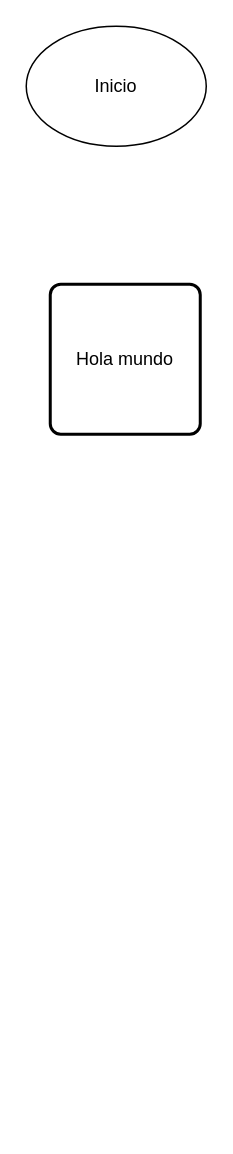
Earlier version of the draw.io diagram Primer Trabajo.drawio (Zapta123/Metodolog-a-de-la-programaci-n-). Source tidied: cells renumbered, new cells numbered last; positions are measured from the earlier drawing's top-left corner, leaving out a move shared by most shapes. Both pictures are drawn from the tidied source at 150%, with x=0, y=0 at pixel (26, 26).
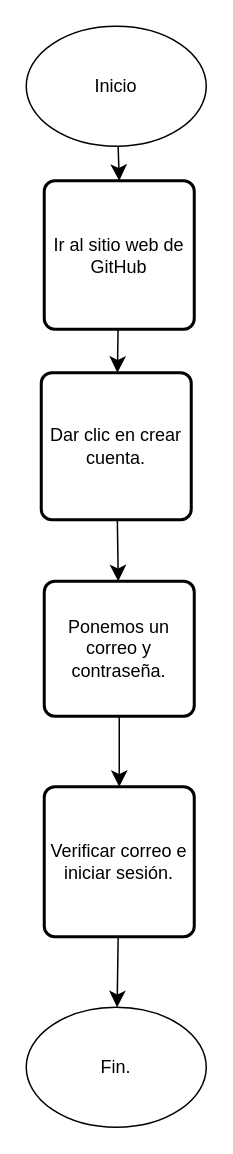
Above is the later version.

Change to the diagram source:
```diff
@@
 <mxGraphModel>
   <root>
     <mxCell id="0" />
     <mxCell id="1" parent="0" />
+    <mxCell id="4" value="Fin." style="ellipse;whiteSpace=wrap;html=1;" parent="1" vertex="1">
+      <mxGeometry y="654" width="120" height="80" as="geometry" />
+    </mxCell>
+    <mxCell id="5" style="edgeStyle=none;curved=1;rounded=0;jettySize=auto;html=1;entryX=0.5;entryY=0;entryDx=0;entryDy=0;fontSize=12;startSize=8;endSize=8;" parent="1" edge="1" source="2" target="3">
+      <mxGeometry relative="1" as="geometry" />
+    </mxCell>
     <mxCell id="2" value="Inicio" style="ellipse;whiteSpace=wrap;html=1;" parent="1" vertex="1">
       <mxGeometry width="120" height="80" as="geometry" />
     </mxCell>
+    <mxCell id="6" style="edgeStyle=none;curved=1;rounded=0;jettySize=auto;html=1;fontSize=12;startSize=8;endSize=8;" parent="1" edge="1" source="3" target="8">
+      <mxGeometry relative="1" as="geometry" />
+    </mxCell>
-    <mxCell id="3" value="Hola mundo" style="rounded=1;whiteSpace=wrap;html=1;absoluteArcSize=1;arcSize=14;strokeWidth=2;" parent="1" vertex="1">
-      <mxGeometry x="16" y="172" width="100" height="100" as="geometry" />
+    <mxCell id="3" value="Ir al sitio web de GitHub" style="rounded=1;whiteSpace=wrap;html=1;absoluteArcSize=1;arcSize=14;strokeWidth=2;" parent="1" vertex="1">
+      <mxGeometry x="12" y="103" width="100" height="99" as="geometry" />
     </mxCell>
+    <mxCell id="7" style="edgeStyle=none;curved=1;rounded=0;jettySize=auto;html=1;fontSize=12;startSize=8;endSize=8;" parent="1" edge="1" source="8" target="10">
+      <mxGeometry relative="1" as="geometry" />
+    </mxCell>
+    <mxCell id="8" value="Dar clic en crear cuenta." style="rounded=1;whiteSpace=wrap;html=1;absoluteArcSize=1;arcSize=14;strokeWidth=2;" parent="1" vertex="1">
+      <mxGeometry x="10" y="231" width="100" height="98" as="geometry" />
+    </mxCell>
+    <mxCell id="9" style="edgeStyle=none;curved=1;rounded=0;jettySize=auto;html=1;fontSize=12;startSize=8;endSize=8;" parent="1" edge="1" source="10" target="12">
+      <mxGeometry relative="1" as="geometry" />
+    </mxCell>
+    <mxCell id="10" value="Ponemos un correo y contraseña." style="rounded=1;whiteSpace=wrap;html=1;absoluteArcSize=1;arcSize=14;strokeWidth=2;" parent="1" vertex="1">
+      <mxGeometry x="12" y="370" width="100" height="90" as="geometry" />
+    </mxCell>
+    <mxCell id="11" style="edgeStyle=none;curved=1;rounded=0;jettySize=auto;html=1;fontSize=12;startSize=8;endSize=8;" parent="1" edge="1" source="12" target="4">
+      <mxGeometry relative="1" as="geometry" />
+    </mxCell>
+    <mxCell id="12" value="Verificar correo e iniciar sesión." style="rounded=1;whiteSpace=wrap;html=1;absoluteArcSize=1;arcSize=14;strokeWidth=2;" parent="1" vertex="1">
+      <mxGeometry x="12" y="507" width="100" height="100" as="geometry" />
+    </mxCell>
   </root>
 </mxGraphModel>
```
